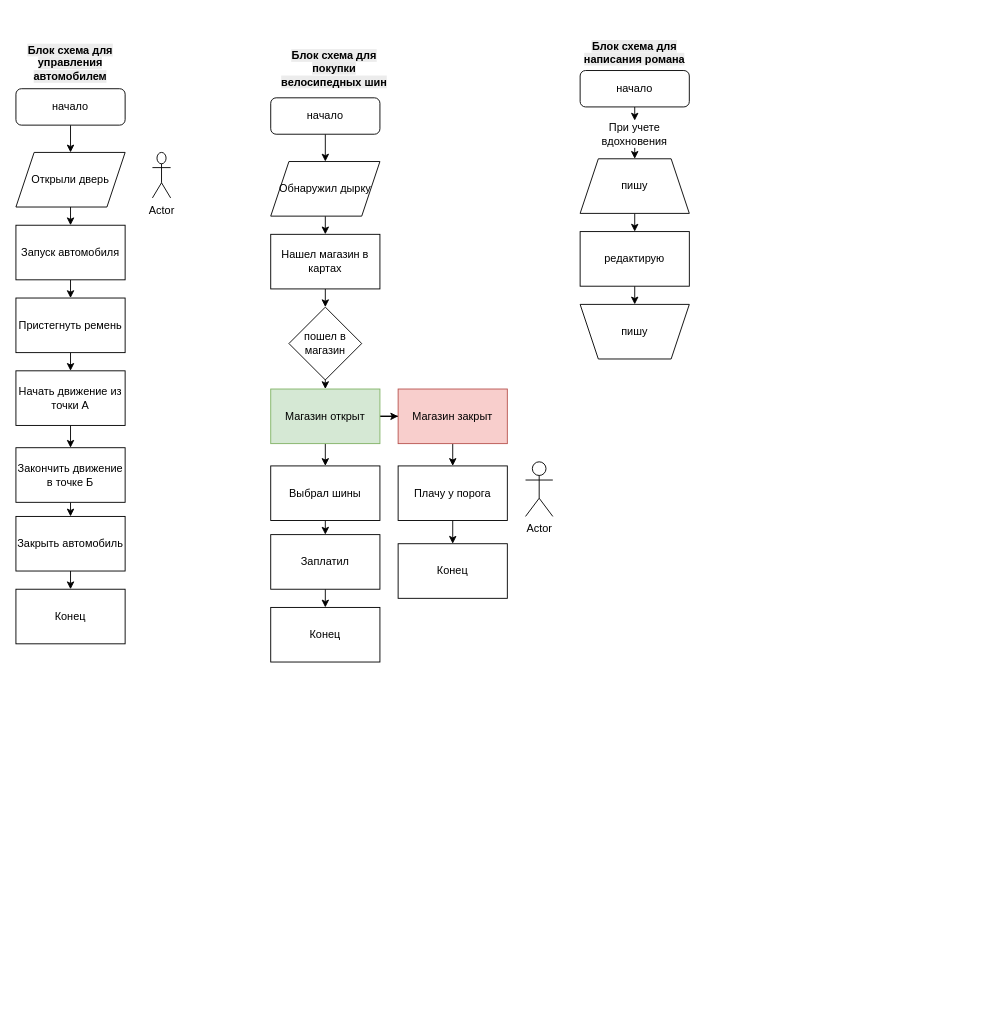
Before: Диаграмма без названия.drawio in ArinaGreb/Python, a draw.io diagram. Source tidied: cells renumbered, new cells numbered last; positions are measured from the earlier drawing's top-left corner, leaving out a move shared by most shapes. Both pictures are drawn from the tidied source at 91%, with x=0, y=0 at pixel (15, 34).
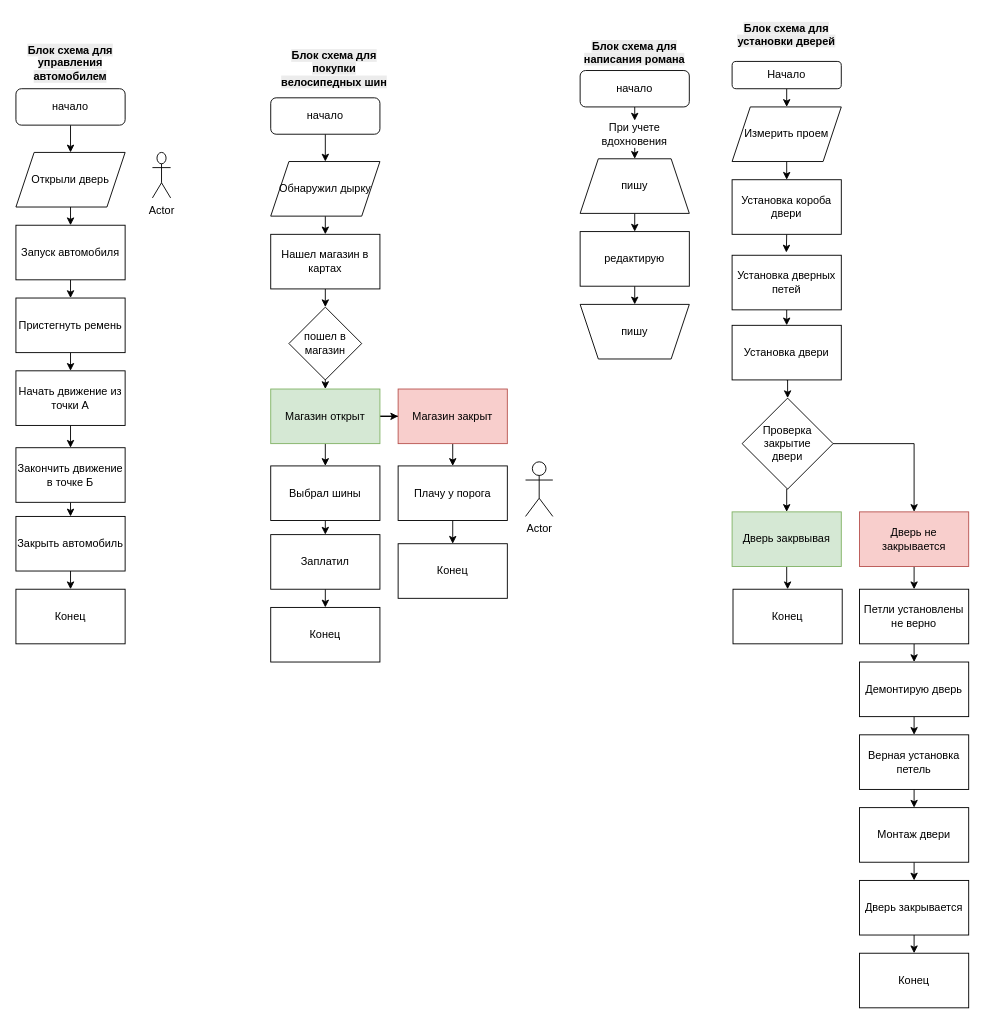
After the change.

The edit, as a diff of the source:
```diff
@@
+    <mxCell id="52" style="edgeStyle=orthogonalEdgeStyle;rounded=0;jettySize=auto;html=1;exitX=0.5;exitY=1;exitDx=0;exitDy=0;entryX=0.5;entryY=0;entryDx=0;entryDy=0;" parent="1" edge="1" source="53" target="56">
+      <mxGeometry relative="1" as="geometry" />
+    </mxCell>
+    <mxCell id="53" value="Начало" style="rounded=1;whiteSpace=wrap;html=1;" parent="1" vertex="1">
+      <mxGeometry x="787" y="30" width="120" height="30" as="geometry" />
+    </mxCell>
+    <mxCell id="54" value="&lt;span style=&quot;color: rgb(0, 0, 0); font-family: Helvetica; font-size: 12px; font-style: normal; font-variant-ligatures: normal; font-variant-caps: normal; letter-spacing: normal; orphans: 2; text-indent: 0px; text-transform: none; widows: 2; word-spacing: 0px; -webkit-text-stroke-width: 0px; white-space: normal; background-color: rgb(236, 236, 236); text-decoration-thickness: initial; text-decoration-style: initial; text-decoration-color: initial; float: none; display: inline !important;&quot;&gt;Блок схема для установки дверей&lt;/span&gt;" style="text;whiteSpace=wrap;html=1;align=center;fontStyle=1;" parent="1" vertex="1">
+      <mxGeometry x="787" y="-20" width="120" height="50" as="geometry" />
+    </mxCell>
+    <mxCell id="55" style="edgeStyle=orthogonalEdgeStyle;rounded=0;jettySize=auto;html=1;exitX=0.5;exitY=1;exitDx=0;exitDy=0;entryX=0.5;entryY=0;entryDx=0;entryDy=0;" parent="1" edge="1" source="56" target="58">
+      <mxGeometry relative="1" as="geometry" />
+    </mxCell>
+    <mxCell id="56" value="Измерить проем" style="shape=parallelogram;perimeter=parallelogramPerimeter;whiteSpace=wrap;html=1;fixedSize=1;" parent="1" vertex="1">
+      <mxGeometry x="787" y="80" width="120" height="60" as="geometry" />
+    </mxCell>
+    <mxCell id="57" style="edgeStyle=orthogonalEdgeStyle;rounded=0;jettySize=auto;html=1;exitX=0.5;exitY=1;exitDx=0;exitDy=0;" parent="1" edge="1" source="58">
+      <mxGeometry relative="1" as="geometry">
+        <mxPoint x="846.6" y="240" as="targetPoint" />
+      </mxGeometry>
+    </mxCell>
+    <mxCell id="58" value="Установка короба двери" style="rounded=0;whiteSpace=wrap;html=1;" parent="1" vertex="1">
+      <mxGeometry x="787" y="160" width="120" height="60" as="geometry" />
+    </mxCell>
+    <mxCell id="59" style="edgeStyle=orthogonalEdgeStyle;rounded=0;jettySize=auto;html=1;exitX=0.5;exitY=1;exitDx=0;exitDy=0;entryX=0.5;entryY=0;entryDx=0;entryDy=0;" parent="1" edge="1" source="60" target="62">
+      <mxGeometry relative="1" as="geometry" />
+    </mxCell>
+    <mxCell id="60" value="Установка дверных петей" style="rounded=0;whiteSpace=wrap;html=1;" parent="1" vertex="1">
+      <mxGeometry x="787" y="243" width="120" height="60" as="geometry" />
+    </mxCell>
+    <mxCell id="61" style="edgeStyle=orthogonalEdgeStyle;rounded=0;jettySize=auto;html=1;exitX=0.5;exitY=1;exitDx=0;exitDy=0;entryX=0.5;entryY=0;entryDx=0;entryDy=0;" parent="1" edge="1" source="62" target="65">
+      <mxGeometry relative="1" as="geometry" />
+    </mxCell>
+    <mxCell id="62" value="Установка двери" style="rounded=0;whiteSpace=wrap;html=1;" parent="1" vertex="1">
+      <mxGeometry x="787" y="320" width="120" height="60" as="geometry" />
+    </mxCell>
+    <mxCell id="63" style="edgeStyle=orthogonalEdgeStyle;rounded=0;jettySize=auto;html=1;exitX=0.5;exitY=1;exitDx=0;exitDy=0;entryX=0.5;entryY=0;entryDx=0;entryDy=0;" parent="1" edge="1" source="65" target="67">
+      <mxGeometry relative="1" as="geometry" />
+    </mxCell>
+    <mxCell id="64" style="edgeStyle=orthogonalEdgeStyle;rounded=0;jettySize=auto;html=1;exitX=1;exitY=0.5;exitDx=0;exitDy=0;entryX=0.5;entryY=0;entryDx=0;entryDy=0;" parent="1" edge="1" source="65" target="69">
+      <mxGeometry relative="1" as="geometry" />
+    </mxCell>
+    <mxCell id="65" value="Проверка закрытие&lt;br&gt;двери" style="rhombus;whiteSpace=wrap;html=1;" parent="1" vertex="1">
+      <mxGeometry x="798" y="400" width="100" height="100" as="geometry" />
+    </mxCell>
+    <mxCell id="66" style="edgeStyle=orthogonalEdgeStyle;rounded=0;jettySize=auto;html=1;exitX=0.5;exitY=1;exitDx=0;exitDy=0;" parent="1" edge="1" source="67" target="70">
+      <mxGeometry relative="1" as="geometry" />
+    </mxCell>
+    <mxCell id="67" value="Дверь закрвывая" style="rounded=0;whiteSpace=wrap;html=1;fillColor=#d5e8d4;strokeColor=#82b366;" parent="1" vertex="1">
+      <mxGeometry x="787" y="525" width="120" height="60" as="geometry" />
+    </mxCell>
+    <mxCell id="68" style="edgeStyle=orthogonalEdgeStyle;rounded=0;jettySize=auto;html=1;exitX=0.5;exitY=1;exitDx=0;exitDy=0;entryX=0.5;entryY=0;entryDx=0;entryDy=0;" parent="1" edge="1" source="69" target="72">
+      <mxGeometry relative="1" as="geometry" />
+    </mxCell>
+    <mxCell id="69" value="Дверь не закрывается" style="rounded=0;whiteSpace=wrap;html=1;fillColor=#f8cecc;strokeColor=#b85450;" parent="1" vertex="1">
+      <mxGeometry x="927" y="525" width="120" height="60" as="geometry" />
+    </mxCell>
+    <mxCell id="70" value="Конец" style="rounded=0;whiteSpace=wrap;html=1;" parent="1" vertex="1">
+      <mxGeometry x="788" y="610" width="120" height="60" as="geometry" />
+    </mxCell>
+    <mxCell id="71" style="edgeStyle=orthogonalEdgeStyle;rounded=0;jettySize=auto;html=1;exitX=0.5;exitY=1;exitDx=0;exitDy=0;entryX=0.5;entryY=0;entryDx=0;entryDy=0;" parent="1" edge="1" source="72" target="74">
+      <mxGeometry relative="1" as="geometry" />
+    </mxCell>
+    <mxCell id="72" value="Петли установлены не верно" style="rounded=0;whiteSpace=wrap;html=1;" parent="1" vertex="1">
+      <mxGeometry x="927" y="610" width="120" height="60" as="geometry" />
+    </mxCell>
+    <mxCell id="73" style="edgeStyle=orthogonalEdgeStyle;rounded=0;jettySize=auto;html=1;exitX=0.5;exitY=1;exitDx=0;exitDy=0;entryX=0.5;entryY=0;entryDx=0;entryDy=0;" parent="1" edge="1" source="74" target="76">
+      <mxGeometry relative="1" as="geometry" />
+    </mxCell>
+    <mxCell id="74" value="Демонтирую дверь" style="rounded=0;whiteSpace=wrap;html=1;" parent="1" vertex="1">
+      <mxGeometry x="927" y="690" width="120" height="60" as="geometry" />
+    </mxCell>
+    <mxCell id="75" style="edgeStyle=orthogonalEdgeStyle;rounded=0;jettySize=auto;html=1;exitX=0.5;exitY=1;exitDx=0;exitDy=0;entryX=0.5;entryY=0;entryDx=0;entryDy=0;" parent="1" edge="1" source="76" target="78">
+      <mxGeometry relative="1" as="geometry" />
+    </mxCell>
+    <mxCell id="76" value="Верная установка петель" style="rounded=0;whiteSpace=wrap;html=1;" parent="1" vertex="1">
+      <mxGeometry x="927" y="770" width="120" height="60" as="geometry" />
+    </mxCell>
+    <mxCell id="77" style="edgeStyle=orthogonalEdgeStyle;rounded=0;jettySize=auto;html=1;exitX=0.5;exitY=1;exitDx=0;exitDy=0;entryX=0.5;entryY=0;entryDx=0;entryDy=0;" parent="1" edge="1" source="78" target="80">
+      <mxGeometry relative="1" as="geometry" />
+    </mxCell>
+    <mxCell id="78" value="Монтаж двери" style="rounded=0;whiteSpace=wrap;html=1;" parent="1" vertex="1">
+      <mxGeometry x="927" y="850" width="120" height="60" as="geometry" />
+    </mxCell>
+    <mxCell id="79" style="edgeStyle=orthogonalEdgeStyle;rounded=0;jettySize=auto;html=1;exitX=0.5;exitY=1;exitDx=0;exitDy=0;entryX=0.5;entryY=0;entryDx=0;entryDy=0;" parent="1" edge="1" source="80" target="81">
+      <mxGeometry relative="1" as="geometry" />
+    </mxCell>
+    <mxCell id="80" value="Дверь закрывается" style="rounded=0;whiteSpace=wrap;html=1;" parent="1" vertex="1">
+      <mxGeometry x="927" y="930" width="120" height="60" as="geometry" />
+    </mxCell>
+    <mxCell id="81" value="Конец" style="rounded=0;whiteSpace=wrap;html=1;" parent="1" vertex="1">
+      <mxGeometry x="927" y="1010" width="120" height="60" as="geometry" />
+    </mxCell>
```
